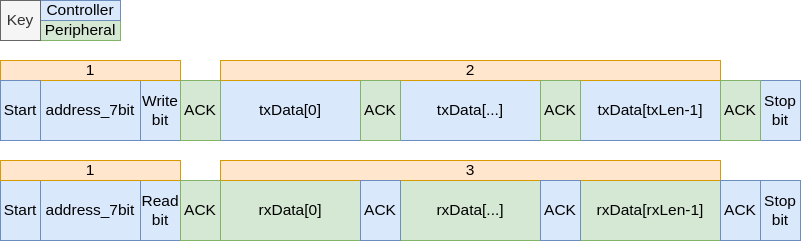
AdamVeazey/edf keeps this draw.io diagram as docs/modules/peripherals/images/I2C_Controller_Concept.png. Above is the earlier version. Source tidied: cells renumbered, new cells last; positions are measured from the earlier drawing's top-left corner, leaving out a move shared by most shapes.
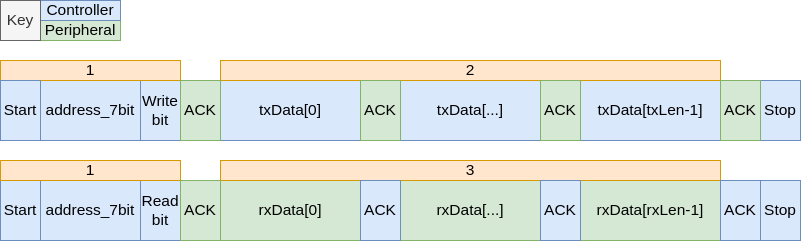
The same diagram one commit later.

Commit message:
Update images to not say 'stop bit' but just 'stop' instead

Change to the diagram source:
```diff
@@ -35,7 +35,7 @@
     <mxCell id="12" value="rxData[rxLen-1]" style="rounded=0;whiteSpace=wrap;html=1;fillColor=#d5e8d4;strokeColor=#82b366;fontSize=15.5;" parent="1" vertex="1">
       <mxGeometry x="580" y="180" width="140" height="60" as="geometry" />
     </mxCell>
-    <mxCell id="13" value="Stop&lt;br style=&quot;font-size: 15.5px;&quot;&gt;bit" style="rounded=0;whiteSpace=wrap;html=1;fontSize=15.5;fillColor=#dae8fc;strokeColor=#6c8ebf;" parent="1" vertex="1">
+    <mxCell id="13" value="Stop" style="rounded=0;whiteSpace=wrap;html=1;fontSize=15.5;fillColor=#dae8fc;strokeColor=#6c8ebf;" parent="1" vertex="1">
       <mxGeometry x="760" y="180" width="40" height="60" as="geometry" />
     </mxCell>
     <mxCell id="14" value="1" style="rounded=0;whiteSpace=wrap;html=1;fillColor=#ffe6cc;strokeColor=#d79b00;fontSize=15.5;" parent="1" vertex="1">
@@ -68,7 +68,7 @@
     <mxCell id="23" value="ACK" style="rounded=0;whiteSpace=wrap;html=1;fontSize=15.5;fillColor=#d5e8d4;strokeColor=#82b366;fontFamily=Helvetica;labelBorderColor=none;" parent="1" vertex="1">
       <mxGeometry x="540" y="80" width="40" height="60" as="geometry" />
     </mxCell>
-    <mxCell id="24" value="Stop&lt;br style=&quot;font-size: 15.5px;&quot;&gt;bit" style="rounded=0;whiteSpace=wrap;html=1;fontSize=15.5;fillColor=#dae8fc;strokeColor=#6c8ebf;fontFamily=Helvetica;labelBorderColor=none;" parent="1" vertex="1">
+    <mxCell id="24" value="Stop" style="rounded=0;whiteSpace=wrap;html=1;fontSize=15.5;fillColor=#dae8fc;strokeColor=#6c8ebf;fontFamily=Helvetica;labelBorderColor=none;" parent="1" vertex="1">
       <mxGeometry x="760" y="80" width="40" height="60" as="geometry" />
     </mxCell>
     <mxCell id="25" value="Key" style="rounded=0;whiteSpace=wrap;html=1;fontSize=15.5;fillColor=#f5f5f5;fontColor=#333333;strokeColor=#666666;fontFamily=Helvetica;labelBorderColor=none;" parent="1" vertex="1">
```
